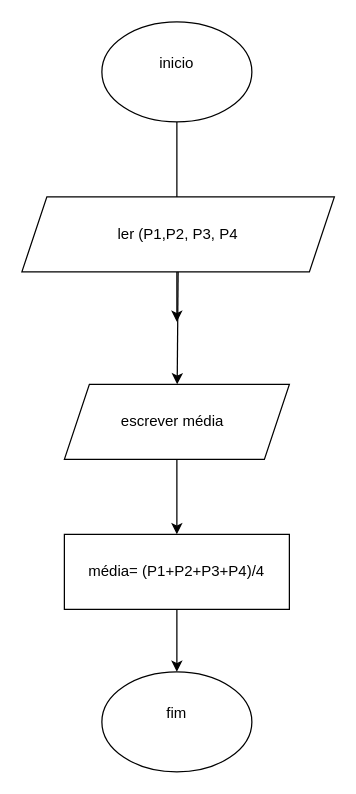
salvadorsantos020211-creator/salvador keeps this draw.io diagram as fluxo1.drawio. Above is the earlier version. Source tidied: cells renumbered, new cells numbered last; positions are measured from the earlier drawing's top-left corner, leaving out a move shared by most shapes. Both pictures are drawn from the tidied source at 125%, with x=0, y=0 at pixel (21, 21).
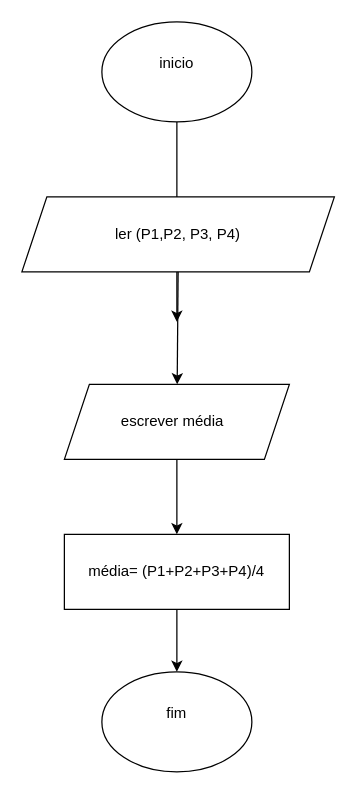
After the change.

Diff of the diagram source:
```diff
@@
 <mxGraphModel>
   <root>
     <mxCell id="0" />
     <mxCell id="1" parent="0" />
     <mxCell id="2" value="inicio&lt;div&gt;&lt;br/&gt;&lt;/div&gt;" style="ellipse;whiteSpace=wrap;html=1;shapeInside=1;" parent="1" vertex="1">
       <mxGeometry x="64" width="120" height="80" as="geometry" />
     </mxCell>
     <mxCell id="3" style="endArrow=classic;html=1;rounded=0;exitX=0.5;exitY=1;exitDx=0;exitDy=0;" parent="1" edge="1" source="2">
       <mxGeometry relative="1" as="geometry">
         <mxPoint x="124" y="240" as="targetPoint" />
       </mxGeometry>
     </mxCell>
-    <mxCell id="4" value="ler (P1,P2, P3, P4" style="shape=parallelogram;perimeter=parallelogramPerimeter;whiteSpace=wrap;html=1;shapeInside=1;fixedSize=1;" parent="1" vertex="1">
+    <mxCell id="4" value="ler (P1,P2, P3, P4)" style="shape=parallelogram;perimeter=parallelogramPerimeter;whiteSpace=wrap;html=1;shapeInside=1;fixedSize=1;" parent="1" vertex="1">
       <mxGeometry y="140" width="250" height="60" as="geometry" />
     </mxCell>
     <mxCell id="5" style="endArrow=classic;html=1;rounded=0;exitX=0.5;exitY=1;exitDx=0;exitDy=0;entryX=0.5;entryY=0;entryDx=0;entryDy=0;" parent="1" edge="1" source="7" target="8">
       <mxGeometry relative="1" as="geometry" />
     </mxCell>
     <mxCell id="6" style="endArrow=classic;html=1;rounded=0;exitX=0.5;exitY=1;exitDx=0;exitDy=0;" parent="1" edge="1" source="4" target="7">
       <mxGeometry relative="1" as="geometry" />
     </mxCell>
     <mxCell id="7" value="escrever média&amp;nbsp;&amp;nbsp;" style="shape=parallelogram;perimeter=parallelogramPerimeter;whiteSpace=wrap;html=1;shapeInside=1;fixedSize=1;" parent="1" vertex="1">
       <mxGeometry x="34" y="290" width="180" height="60" as="geometry" />
     </mxCell>
     <mxCell id="8" value="média= (P1+P2+P3+P4)/4" style="rounded=0;whiteSpace=wrap;html=1;" parent="1" vertex="1">
       <mxGeometry x="34" y="410" width="180" height="60" as="geometry" />
     </mxCell>
     <mxCell id="9" style="endArrow=classic;html=1;rounded=0;exitX=0.5;exitY=1;exitDx=0;exitDy=0;" parent="1" edge="1" source="8" target="10">
       <mxGeometry relative="1" as="geometry" />
     </mxCell>
     <mxCell id="10" value="fim&lt;div&gt;&lt;br/&gt;&lt;/div&gt;" style="ellipse;whiteSpace=wrap;html=1;shapeInside=1;" parent="1" vertex="1">
       <mxGeometry x="64" y="520" width="120" height="80" as="geometry" />
     </mxCell>
   </root>
 </mxGraphModel>
```
